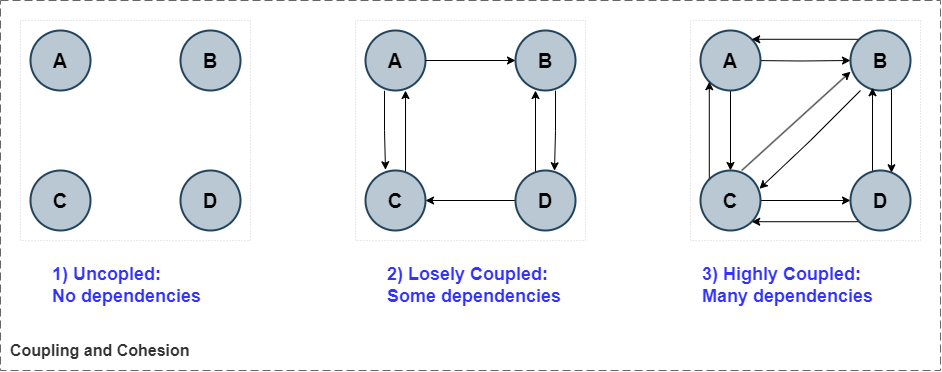
This is docs/_diagrams/Coupling and Cohesion.png from ortizdavid/golang-modular-software, a draw.io export, as it was before one commit. Source tidied: cells renumbered, new cells last; positions are measured from the earlier drawing's top-left corner, leaving out a move shared by most shapes.
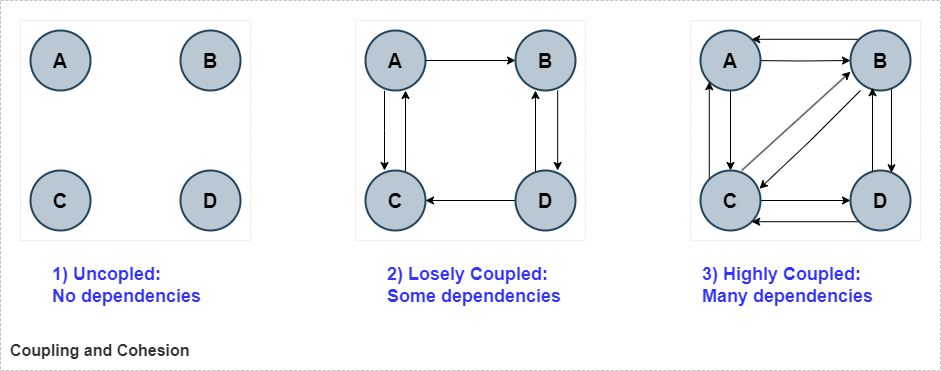
The same diagram one commit later.

What changed in the source:
```diff
@@ -3,7 +3,7 @@
     <mxCell id="0" />
     <mxCell id="1" parent="0" />
     <object id="2" label="&lt;font style=&quot;font-size: 16px&quot;&gt;&lt;b&gt;&lt;div style=&quot;text-align: left&quot;&gt;%c4Name%&lt;/div&gt;&lt;/b&gt;&lt;/font&gt;&lt;div style=&quot;text-align: left&quot;&gt;&lt;/div&gt;" c4Application="" c4Name="Coupling and Cohesion" c4Type="SystemScopeBoundary" placeholders="1">
-      <mxCell style="rounded=0;fontSize=11;whiteSpace=wrap;html=1;dashed=1;arcSize=20;fillColor=none;strokeColor=#666666;fontColor=#333333;labelBackgroundColor=none;align=left;verticalAlign=bottom;labelBorderColor=none;spacingTop=0;spacing=10;dashPattern=8 4;perimeter=rectanglePerimeter;noLabel=0;labelPadding=0;absoluteArcSize=1;" parent="1" vertex="1">
+      <mxCell style="rounded=0;fontSize=11;whiteSpace=wrap;html=1;dashed=1;arcSize=20;fillColor=none;strokeColor=#666666;fontColor=#333333;labelBackgroundColor=none;align=left;verticalAlign=bottom;labelBorderColor=none;spacingTop=0;spacing=10;dashPattern=8 4;perimeter=rectanglePerimeter;noLabel=0;labelPadding=0;absoluteArcSize=1;strokeWidth=0.4;" parent="1" vertex="1">
         <mxGeometry width="940" height="370" as="geometry" />
       </mxCell>
     </object>
@@ -34,13 +34,15 @@
     <mxCell id="11" style="rounded=0;whiteSpace=wrap;html=1;strokeWidth=0.3;dashed=1;dashPattern=1 4;" parent="1" vertex="1">
       <mxGeometry x="355" y="20" width="230" height="220" as="geometry" />
     </mxCell>
-    <mxCell id="12" style="edgeStyle=orthogonalEdgeStyle;rounded=0;jettySize=auto;html=1;entryX=0.333;entryY=-0.013;entryDx=0;entryDy=0;entryPerimeter=0;exitX=0.317;exitY=1.004;exitDx=0;exitDy=0;exitPerimeter=0;" parent="1" edge="1" source="13" target="17">
-      <mxGeometry relative="1" as="geometry" />
+    <mxCell id="12" style="edgeStyle=orthogonalEdgeStyle;rounded=0;jettySize=auto;html=1;exitX=0.317;exitY=1.004;exitDx=0;exitDy=0;exitPerimeter=0;" parent="1" edge="1" source="13">
+      <mxGeometry relative="1" as="geometry">
+        <mxPoint x="384" y="170" as="targetPoint" />
+      </mxGeometry>
     </mxCell>
     <mxCell id="13" value="&lt;font style=&quot;font-size: 20px;&quot;&gt;&lt;b&gt;A&lt;/b&gt;&lt;/font&gt;" style="ellipse;whiteSpace=wrap;html=1;strokeWidth=2;fillColor=#bac8d3;strokeColor=#23445d;" parent="1" vertex="1">
       <mxGeometry x="365" y="30" width="60" height="60" as="geometry" />
     </mxCell>
-    <mxCell id="14" style="edgeStyle=orthogonalEdgeStyle;rounded=0;jettySize=auto;html=1;entryX=0.65;entryY=0.004;entryDx=0;entryDy=0;entryPerimeter=0;exitX=0.667;exitY=1.004;exitDx=0;exitDy=0;exitPerimeter=0;" parent="1" edge="1" source="15" target="20">
+    <mxCell id="14" style="edgeStyle=orthogonalEdgeStyle;rounded=0;jettySize=auto;html=1;exitX=0.703;exitY=1;exitDx=0;exitDy=0;exitPerimeter=0;entryX=0.703;entryY=0;entryDx=0;entryDy=0;entryPerimeter=0;" parent="1" edge="1" source="15" target="20">
       <mxGeometry relative="1" as="geometry" />
     </mxCell>
     <mxCell id="15" value="&lt;font style=&quot;font-size: 20px;&quot;&gt;&lt;b&gt;B&lt;/b&gt;&lt;/font&gt;" style="ellipse;whiteSpace=wrap;html=1;strokeWidth=2;fillColor=#bac8d3;strokeColor=#23445d;" parent="1" vertex="1">
```
